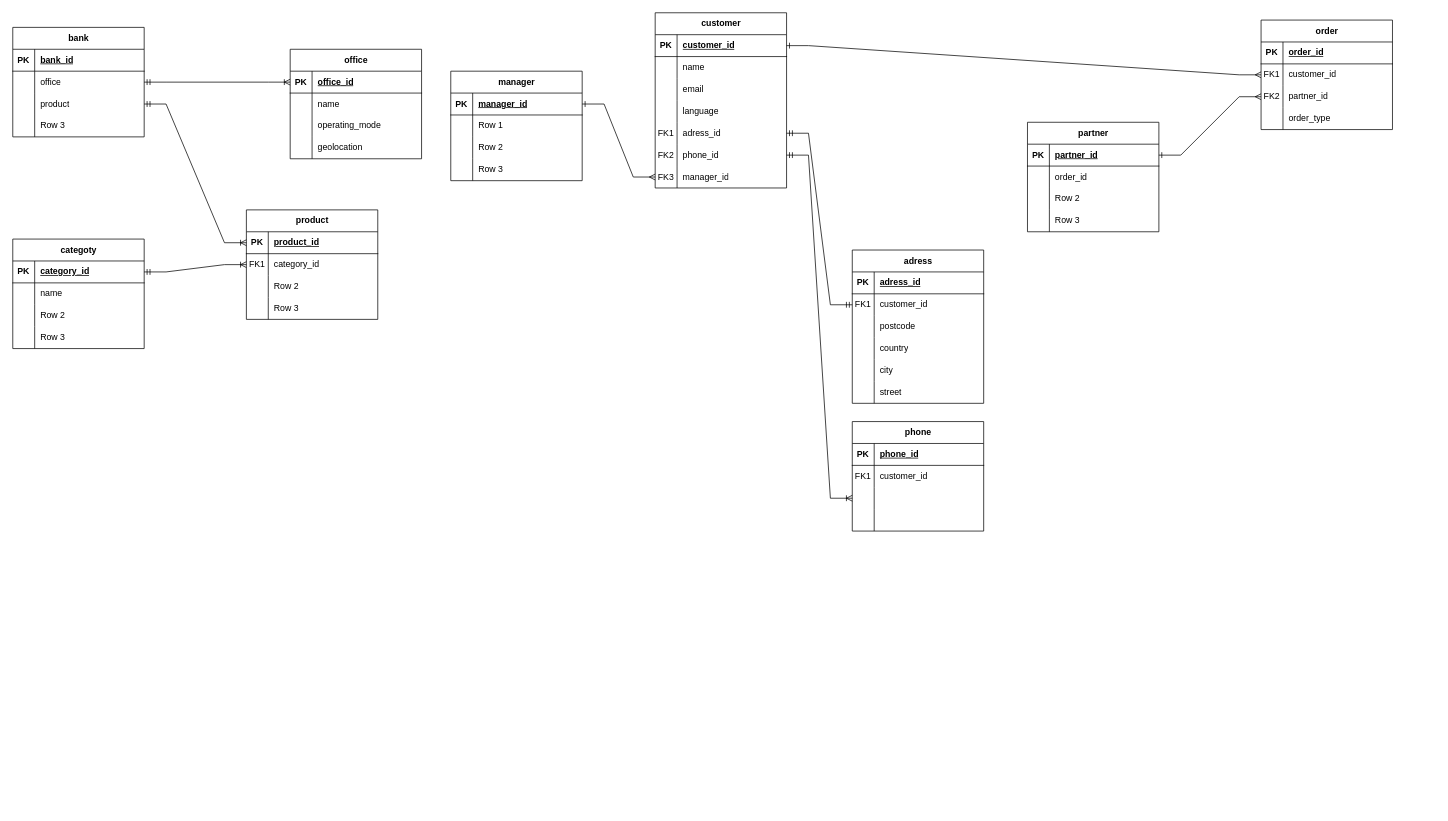
Before: Банк_erd.drawio in L-Valentine/Plantuml, a draw.io diagram. Source tidied: cells renumbered, new cells numbered last; positions are measured from the earlier drawing's top-left corner, leaving out a move shared by most shapes. Both pictures are drawn from the tidied source at 73%, with x=0, y=0 at pixel (12, 12).
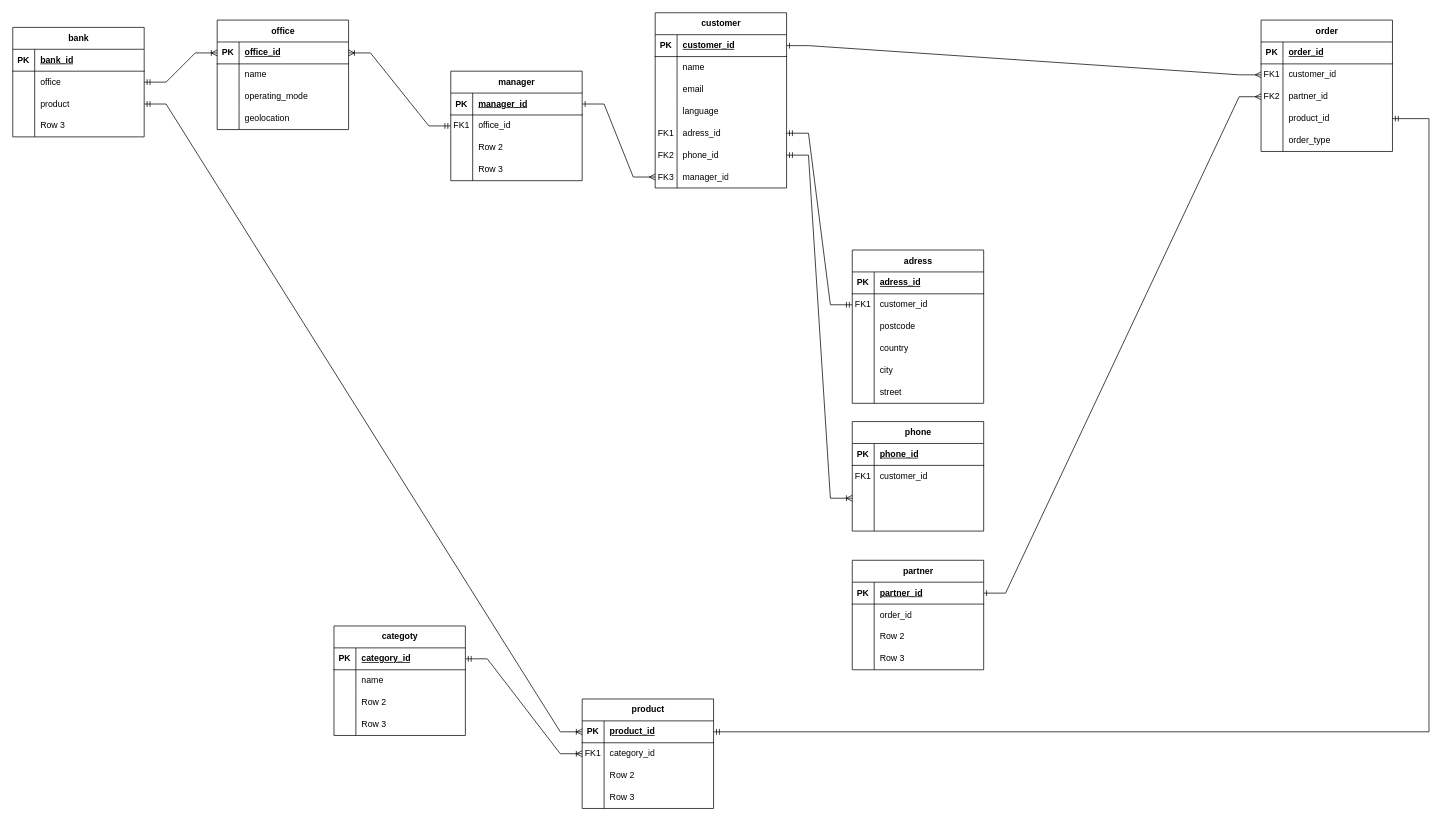
The same diagram, later.

The change refers to these unchanged cells:
```xml
<mxCell id="54" style="shape=tableRow;horizontal=0;startSize=0;swimlaneHead=0;swimlaneBody=0;fillColor=none;points=[[0,0.5],[1,0.5]];portConstraint=eastwest;top=0;left=0;right=0;bottom=0;" parent="50" vertex="1">
  <mxGeometry y="60" width="180" height="30" as="geometry" />
</mxCell>
<mxCell id="73" style="shape=tableRow;horizontal=0;startSize=0;swimlaneHead=0;swimlaneBody=0;fillColor=none;points=[[0,0.5],[1,0.5]];portConstraint=eastwest;top=0;left=0;right=0;bottom=0;" parent="63" vertex="1">
  <mxGeometry y="120" width="180" height="30" as="geometry" />
</mxCell>
<mxCell id="77" style="shape=tableRow;horizontal=0;startSize=0;swimlaneHead=0;swimlaneBody=0;fillColor=none;points=[[0,0.5],[1,0.5]];portConstraint=eastwest;top=0;left=0;right=0;bottom=1;" parent="76" vertex="1">
  <mxGeometry y="30" width="180" height="30" as="geometry" />
</mxCell>
<mxCell id="91" style="shape=tableRow;horizontal=0;startSize=0;swimlaneHead=0;swimlaneBody=0;fillColor=none;points=[[0,0.5],[1,0.5]];portConstraint=eastwest;top=0;left=0;right=0;bottom=1;" parent="90" vertex="1">
  <mxGeometry y="30" width="180" height="30" as="geometry" />
</mxCell>
```

The edit, as a diff of the source:
```diff
@@
     <mxCell id="15" value="categoty" style="shape=table;startSize=30;childLayout=tableLayout;rowLines=0;fontStyle=1;align=center;html=1;" parent="1" vertex="1">
-      <mxGeometry y="310" width="180" height="150" as="geometry" />
+      <mxGeometry x="440" y="840" width="180" height="150" as="geometry" />
     </mxCell>
@@
-    <mxCell id="55" style="shape=partialRectangle;fillColor=none;top=0;left=0;bottom=0;right=0;overflow=hidden;whiteSpace=wrap;html=1;" parent="54" vertex="1">
+    <mxCell id="55" value="FK1" style="shape=partialRectangle;fillColor=none;top=0;left=0;bottom=0;right=0;overflow=hidden;whiteSpace=wrap;html=1;" parent="54" vertex="1">
       <mxGeometry width="30" height="30" as="geometry" />
     </mxCell>
-    <mxCell id="56" value="Row 1" style="shape=partialRectangle;fillColor=none;top=0;left=0;bottom=0;right=0;align=left;spacingLeft=6;overflow=hidden;whiteSpace=wrap;html=1;" parent="54" vertex="1">
+    <mxCell id="56" value="office_id" style="shape=partialRectangle;fillColor=none;top=0;left=0;bottom=0;right=0;align=left;spacingLeft=6;overflow=hidden;whiteSpace=wrap;html=1;" parent="54" vertex="1">
       <mxGeometry x="30" width="150" height="30" as="geometry" />
     </mxCell>
@@
     <mxCell id="63" value="order" style="shape=table;startSize=30;childLayout=tableLayout;rowLines=0;fontStyle=1;align=center;html=1;" parent="1" vertex="1">
-      <mxGeometry x="1710" y="10" width="180" height="150" as="geometry" />
+      <mxGeometry x="1710" y="10" width="180" height="180" as="geometry" />
     </mxCell>
@@
-    <mxCell id="75" value="order_type" style="shape=partialRectangle;fillColor=none;top=0;left=0;bottom=0;right=0;align=left;spacingLeft=6;overflow=hidden;whiteSpace=wrap;html=1;" parent="73" vertex="1">
+    <mxCell id="75" value="product_id" style="shape=partialRectangle;fillColor=none;top=0;left=0;bottom=0;right=0;align=left;spacingLeft=6;overflow=hidden;whiteSpace=wrap;html=1;" parent="73" vertex="1">
       <mxGeometry x="30" width="150" height="30" as="geometry" />
     </mxCell>
+    <mxCell id="166" style="shape=tableRow;horizontal=0;startSize=0;swimlaneHead=0;swimlaneBody=0;fillColor=none;top=0;left=0;right=0;bottom=0;" parent="63" vertex="1">
+      <mxGeometry y="150" width="180" height="30" as="geometry" />
+    </mxCell>
+    <mxCell id="167" style="shape=partialRectangle;fillColor=none;top=0;left=0;bottom=0;right=0;overflow=hidden;whiteSpace=wrap;html=1;" parent="166" vertex="1">
+      <mxGeometry width="30" height="30" as="geometry" />
+    </mxCell>
+    <mxCell id="168" value="order_type" style="shape=partialRectangle;fillColor=none;top=0;left=0;bottom=0;right=0;align=left;spacingLeft=6;overflow=hidden;whiteSpace=wrap;html=1;" parent="166" vertex="1">
+      <mxGeometry x="30" width="150" height="30" as="geometry" />
+    </mxCell>
     <mxCell id="76" value="product" style="shape=table;startSize=30;childLayout=tableLayout;rowLines=0;fontStyle=1;align=center;html=1;" parent="1" vertex="1">
-      <mxGeometry x="320" y="270" width="180" height="150" as="geometry" />
+      <mxGeometry x="780" y="940" width="180" height="150" as="geometry" />
     </mxCell>
@@
     <mxCell id="90" value="office" style="shape=table;startSize=30;childLayout=tableLayout;rowLines=0;fontStyle=1;align=center;html=1;" parent="1" vertex="1">
-      <mxGeometry x="380" y="50" width="180" height="150" as="geometry" />
+      <mxGeometry x="280" y="10" width="180" height="150" as="geometry" />
     </mxCell>
@@
     <mxCell id="149" value="partner" style="shape=table;startSize=30;childLayout=tableLayout;rowLines=0;fontStyle=1;align=center;html=1;" parent="1" vertex="1">
-      <mxGeometry x="1390" y="150" width="180" height="150" as="geometry" />
+      <mxGeometry x="1150" y="750" width="180" height="150" as="geometry" />
     </mxCell>
@@
+    <mxCell id="169" style="edgeStyle=entityRelationEdgeStyle;fontSize=12;html=1;endArrow=ERmandOne;startArrow=ERoneToMany;rounded=0;exitX=1;exitY=0.5;exitDx=0;exitDy=0;entryX=0;entryY=0.5;entryDx=0;entryDy=0;endFill=0;startFill=0;" parent="1" edge="1" source="91" target="54">
+      <mxGeometry relative="1" as="geometry" />
+    </mxCell>
+    <mxCell id="170" style="fontSize=12;html=1;endArrow=ERmandOne;startArrow=ERmandOne;rounded=0;exitX=1;exitY=0.5;exitDx=0;exitDy=0;edgeStyle=orthogonalEdgeStyle;entryX=1;entryY=0.5;entryDx=0;entryDy=0;" parent="1" edge="1" source="77" target="73">
+      <mxGeometry relative="1" as="geometry">
+        <Array as="points">
+          <mxPoint x="1940" y="985" />
+          <mxPoint x="1940" y="145" />
+        </Array>
+      </mxGeometry>
+    </mxCell>
```
